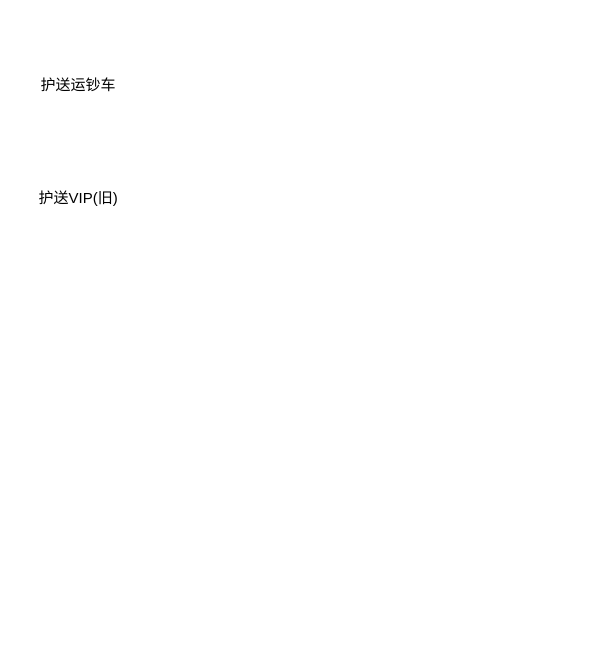
This is 世界活动-护送VIP.drawio from LittleTrain0321/15150400109Wy, a draw.io file, before an edit. Source tidied: cells renumbered, new cells numbered last; positions are measured from the earlier drawing's top-left corner, leaving out a move shared by most shapes. Both pictures are drawn from the tidied source at 125%, with x=0, y=0 at pixel (21, 66).
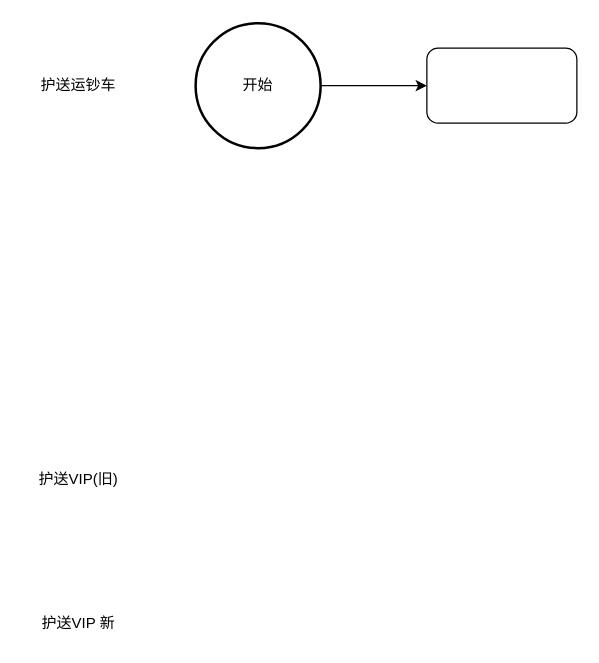
Above is the later version.

Commit message:
更新世界活动-护送VIP.drawio

What changed in the source:
```diff
@@
 <mxGraphModel>
   <root>
     <mxCell id="0" />
     <mxCell id="1" parent="0" />
     <mxCell id="2" value="护送运钞车" style="text;html=1;align=center;verticalAlign=middle;whiteSpace=wrap;rounded=0;" parent="1" vertex="1">
       <mxGeometry width="91" height="30" as="geometry" />
     </mxCell>
     <mxCell id="3" value="护送VIP(旧)" style="text;html=1;align=center;verticalAlign=middle;whiteSpace=wrap;rounded=0;" parent="1" vertex="1">
-      <mxGeometry y="90" width="91" height="30" as="geometry" />
+      <mxGeometry y="315" width="91" height="30" as="geometry" />
     </mxCell>
+    <mxCell id="4" style="edgeStyle=orthogonalEdgeStyle;rounded=0;jettySize=auto;html=1;exitX=1;exitY=0.5;exitDx=0;exitDy=0;exitPerimeter=0;entryX=0;entryY=0.5;entryDx=0;entryDy=0;" parent="1" edge="1" source="5" target="7">
+      <mxGeometry relative="1" as="geometry" />
+    </mxCell>
+    <mxCell id="5" value="开始" style="strokeWidth=2;html=1;shape=mxgraph.flowchart.start_2;whiteSpace=wrap;" parent="1" vertex="1">
+      <mxGeometry x="139" y="-35" width="100" height="100" as="geometry" />
+    </mxCell>
+    <mxCell id="6" value="护送VIP 新" style="text;html=1;align=center;verticalAlign=middle;whiteSpace=wrap;rounded=0;" parent="1" vertex="1">
+      <mxGeometry y="430" width="91" height="30" as="geometry" />
+    </mxCell>
+    <mxCell id="7" style="rounded=1;whiteSpace=wrap;html=1;" parent="1" vertex="1">
+      <mxGeometry x="324" y="-15" width="120" height="60" as="geometry" />
+    </mxCell>
   </root>
 </mxGraphModel>
```
